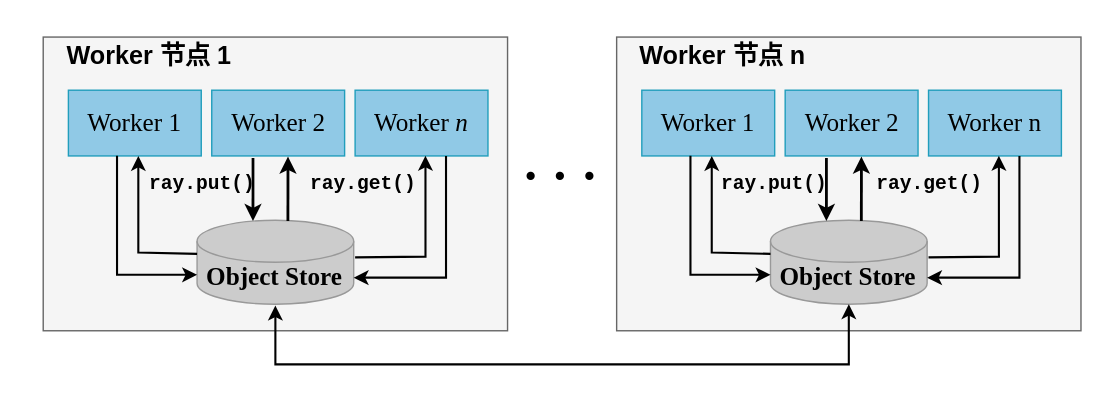
Above: img/ch-ray-core/put-get-object-store.svg in godaai/scale-py (draw.io), before the change. Source tidied: cells renumbered, new cells last; positions are measured from the earlier drawing's top-left corner, leaving out a move shared by most shapes.
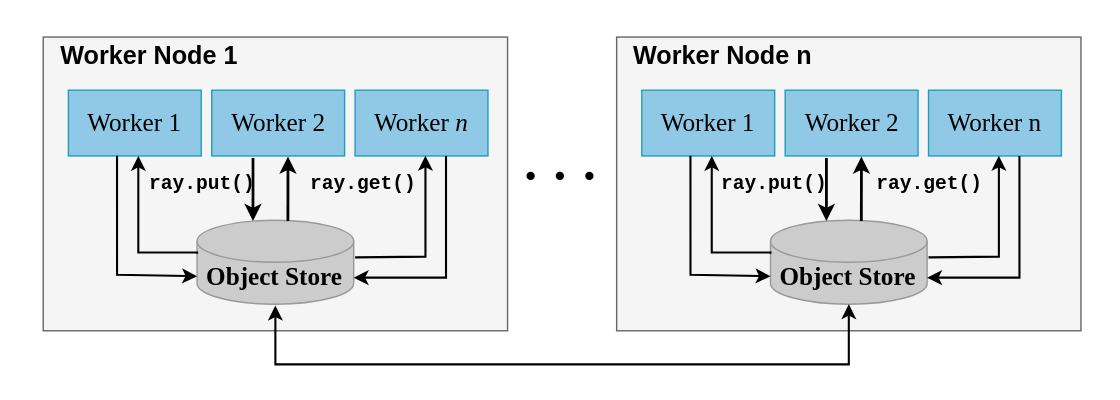
Later version of the same file.

What changed in the source:
```diff
@@ -17,7 +17,7 @@
     <mxCell id="6" value="&lt;span style=&quot;border-color: var(--border-color); font-family: &amp;quot;Times New Roman&amp;quot;; font-size: 18px;&quot;&gt;Worker &lt;i style=&quot;&quot;&gt;n&lt;/i&gt;&lt;/span&gt;" style="rounded=0;whiteSpace=wrap;html=1;fillColor=#90C9E6;strokeColor=#219EBC;" parent="1" vertex="1">
       <mxGeometry x="253" y="64" width="95" height="47" as="geometry" />
     </mxCell>
-    <mxCell id="7" value="&lt;font face=&quot;Helvetica&quot; style=&quot;font-size: 18px;&quot;&gt;&lt;b style=&quot;&quot;&gt;Worker 节点 1&lt;/b&gt;&lt;/font&gt;" style="text;html=1;strokeColor=none;fillColor=none;align=center;verticalAlign=middle;whiteSpace=wrap;rounded=0;fontColor=#000000;" parent="1" vertex="1">
+    <mxCell id="7" value="&lt;font face=&quot;Helvetica&quot; style=&quot;font-size: 18px;&quot;&gt;&lt;b style=&quot;&quot;&gt;Worker Node 1&lt;/b&gt;&lt;/font&gt;" style="text;html=1;strokeColor=none;fillColor=none;align=center;verticalAlign=middle;whiteSpace=wrap;rounded=0;fontColor=#000000;" parent="1" vertex="1">
       <mxGeometry x="16" y="25" width="180" height="30" as="geometry" />
     </mxCell>
     <mxCell id="8" style="shape=cylinder3;whiteSpace=wrap;html=1;boundedLbl=1;backgroundOutline=1;size=15;fillColor=#CCCCCC;strokeColor=#999999;" parent="1" vertex="1">
@@ -97,7 +97,7 @@
     <mxCell id="22" value="&lt;span style=&quot;border-color: var(--border-color); font-family: &amp;quot;Times New Roman&amp;quot;; font-size: 18px;&quot;&gt;Worker &lt;span&gt;n&lt;/span&gt;&lt;/span&gt;" style="rounded=0;whiteSpace=wrap;html=1;fillColor=#90C9E6;strokeColor=#219EBC;fontStyle=0;" parent="1" vertex="1">
       <mxGeometry x="663" y="64" width="95" height="47" as="geometry" />
     </mxCell>
-    <mxCell id="23" value="&lt;font style=&quot;font-size: 18px;&quot;&gt;&lt;b style=&quot;&quot;&gt;Worker 节点 n&lt;/b&gt;&lt;/font&gt;" style="text;html=1;strokeColor=none;fillColor=none;align=center;verticalAlign=middle;whiteSpace=wrap;rounded=0;fontColor=#000000;" parent="1" vertex="1">
+    <mxCell id="23" value="&lt;font style=&quot;font-size: 18px;&quot;&gt;&lt;b style=&quot;&quot;&gt;Worker Node n&lt;/b&gt;&lt;/font&gt;" style="text;html=1;strokeColor=none;fillColor=none;align=center;verticalAlign=middle;whiteSpace=wrap;rounded=0;fontColor=#000000;" parent="1" vertex="1">
       <mxGeometry x="426" y="25" width="180" height="30" as="geometry" />
     </mxCell>
     <mxCell id="24" style="shape=cylinder3;whiteSpace=wrap;html=1;boundedLbl=1;backgroundOutline=1;size=15;fillColor=#CCCCCC;strokeColor=#999999;" parent="1" vertex="1">
```
